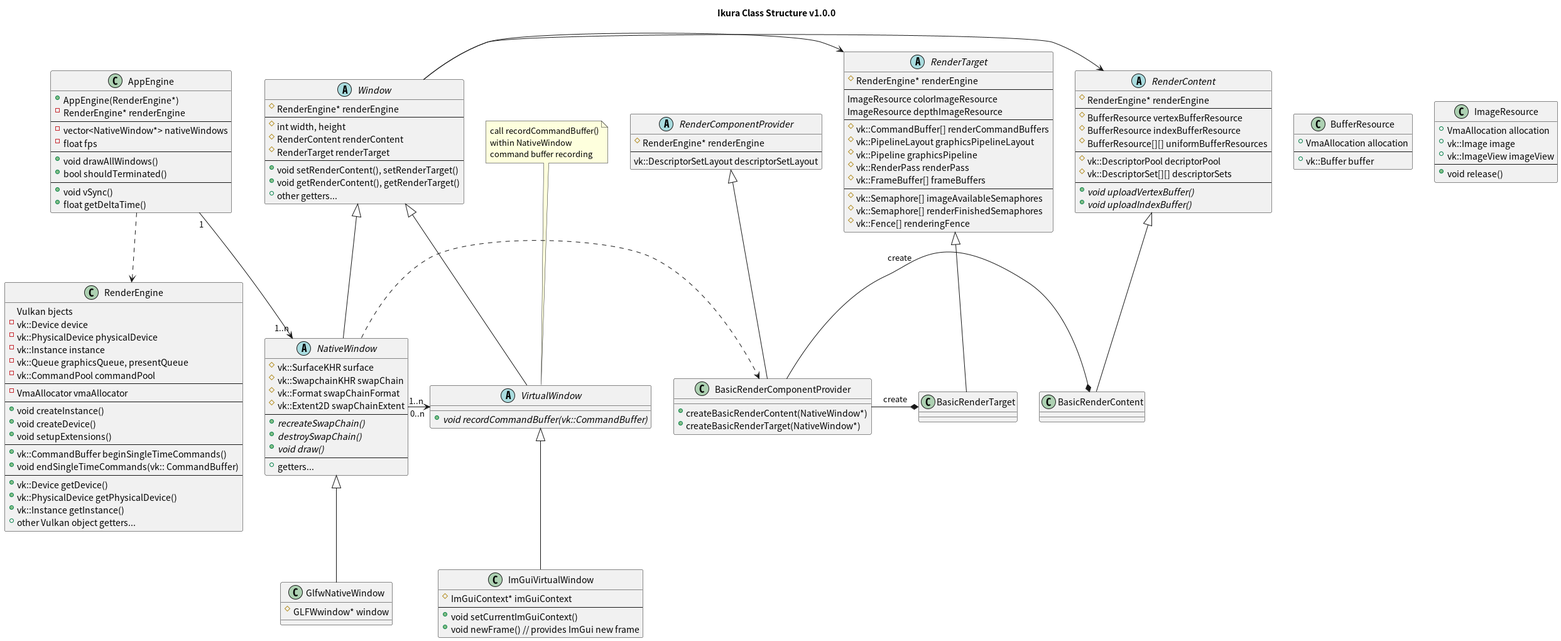
This is uml/ikura.png from ikulab/ikulab-motion-viewer, a PlantUML export, as it was before one commit.
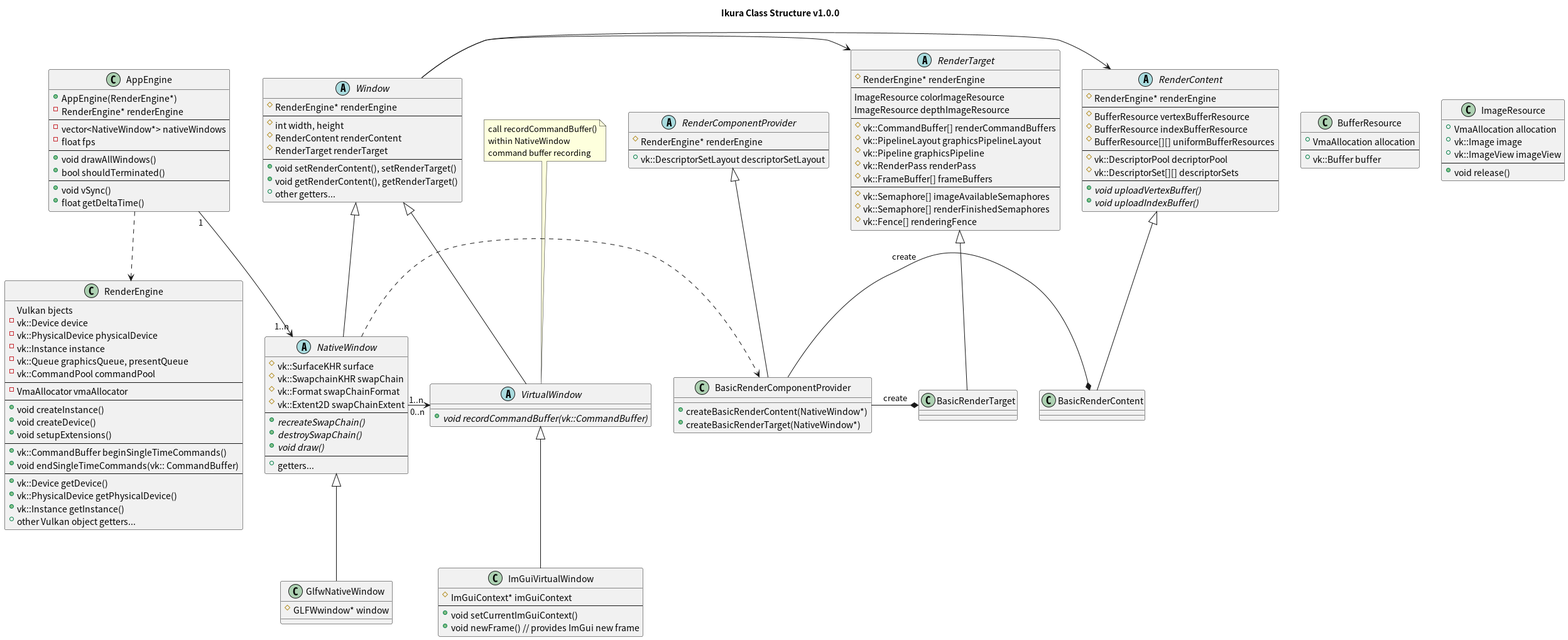
After the commit.

What changed in the source:
```diff
@@ -124,7 +124,7 @@
 abstract RenderComponentProvider {
 	# RenderEngine* renderEngine
 	----
-	vk::DescriptorSetLayout descriptorSetLayout
+	+ vk::DescriptorSetLayout descriptorSetLayout
 }
 
 class BasicRenderComponentProvider {
```
